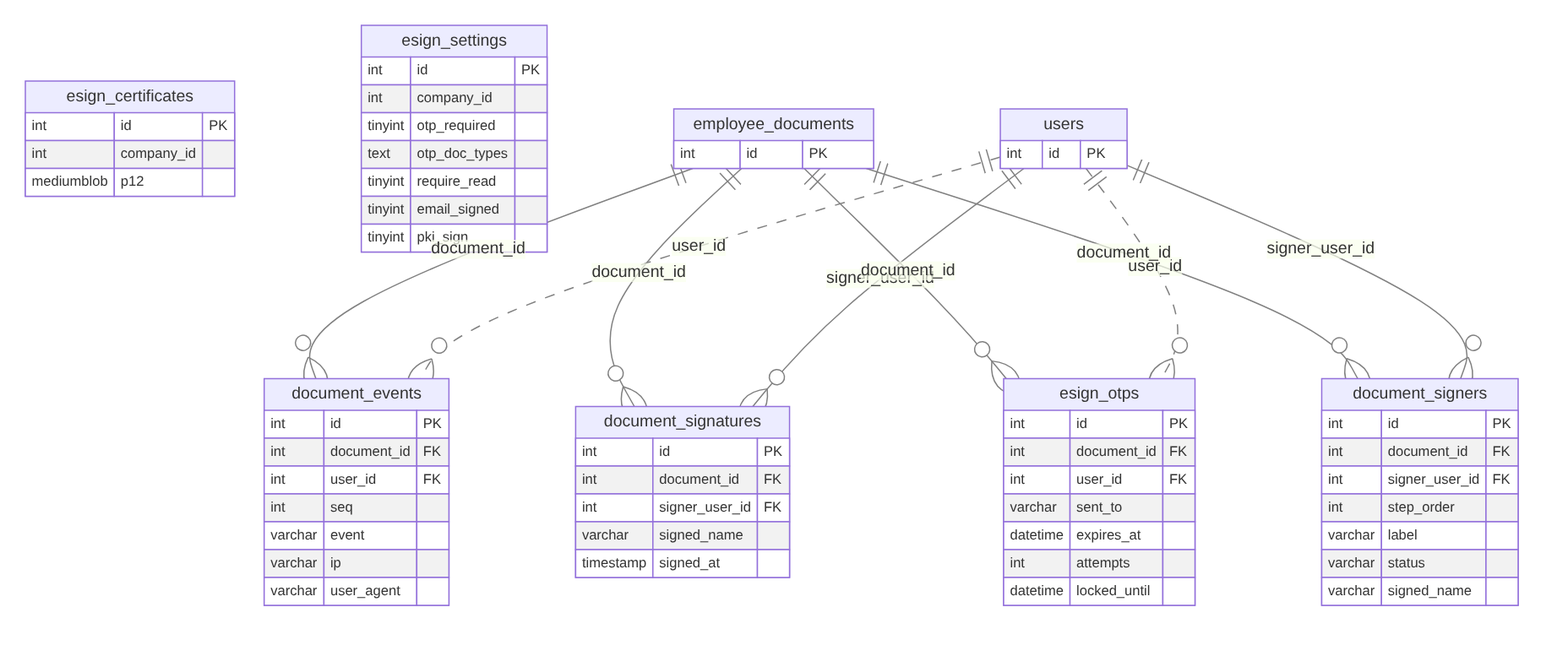
Above: docs/architecture/database/diagrams/j-documents-e-signature.png in ruhulamencredence/CredenceHR (Mermaid), before the change. Its source is kept beside it as docs/architecture/database/diagrams/j-documents-e-signature.mmd. Its diagram source:
```mermaid
erDiagram
  esign_certificates {
    int id PK
    int company_id
    mediumblob p12
  }
  document_events {
    int id PK
    int document_id FK
    int user_id FK
    int seq
    varchar event
    varchar ip
    varchar user_agent
  }
  document_signatures {
    int id PK
    int document_id FK
    int signer_user_id FK
    varchar signed_name
    timestamp signed_at
  }
  esign_otps {
    int id PK
    int document_id FK
    int user_id FK
    varchar sent_to
    datetime expires_at
    int attempts
    datetime locked_until
  }
  esign_settings {
    int id PK
    int company_id
    tinyint otp_required
    text otp_doc_types
    tinyint require_read
    tinyint email_signed
    tinyint pki_sign
  }
  document_signers {
    int id PK
    int document_id FK
    int signer_user_id FK
    int step_order
    varchar label
    varchar status
    varchar signed_name
  }
  employee_documents {
    int id PK
  }
  users {
    int id PK
  }
  employee_documents ||--o{ document_events : "document_id"
  users ||..o{ document_events : "user_id"
  employee_documents ||--o{ document_signatures : "document_id"
  users ||--o{ document_signatures : "signer_user_id"
  employee_documents ||--o{ esign_otps : "document_id"
  users ||..o{ esign_otps : "user_id"
  employee_documents ||--o{ document_signers : "document_id"
  users ||--o{ document_signers : "signer_user_id"
```
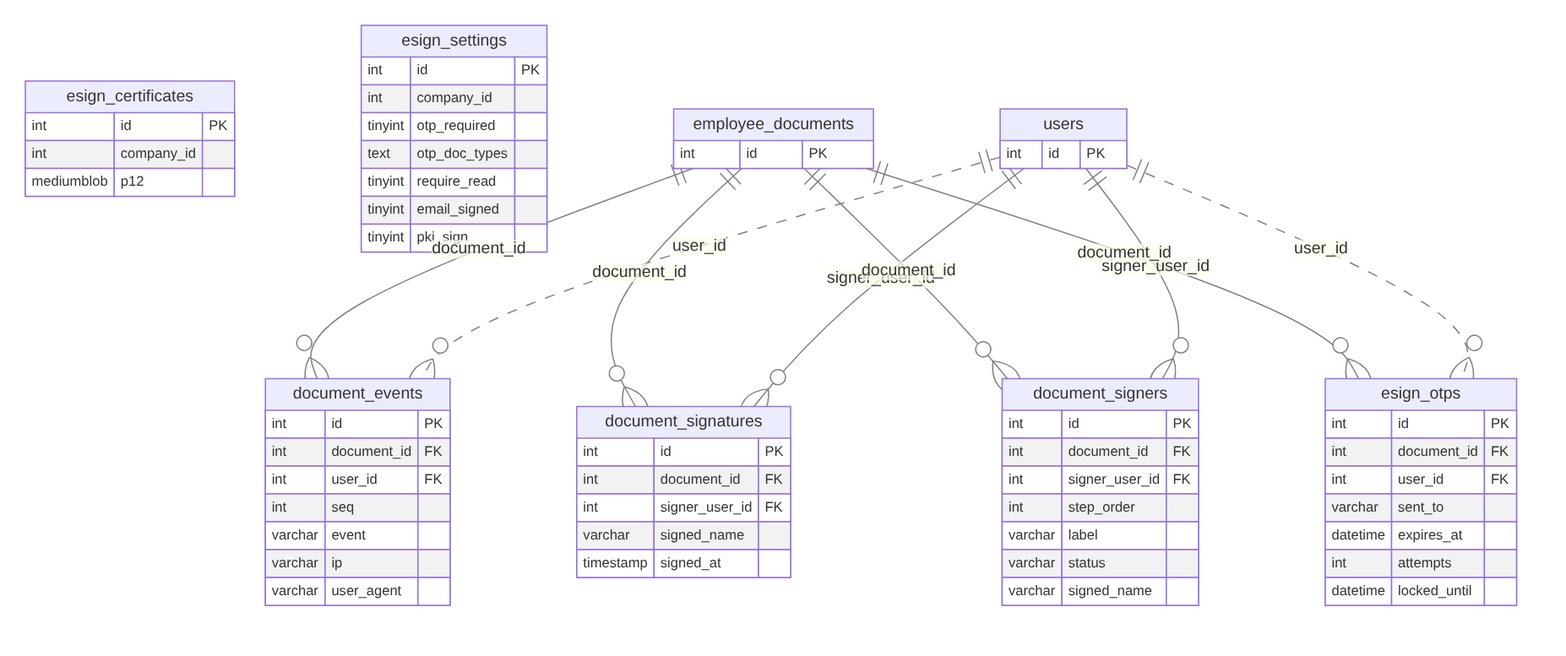
Above is the later version.

Change to the diagram source:
```diff
@@ -1,9 +1,4 @@
 erDiagram
-  esign_certificates {
-    int id PK
-    int company_id
-    mediumblob p12
-  }
   document_events {
     int id PK
     int document_id FK
@@ -19,6 +14,20 @@
     int signer_user_id FK
     varchar signed_name
     timestamp signed_at
+  }
+  document_signers {
+    int id PK
+    int document_id FK
+    int signer_user_id FK
+    int step_order
+    varchar label
+    varchar status
+    varchar signed_name
+  }
+  esign_certificates {
+    int id PK
+    int company_id
+    mediumblob p12
   }
   esign_otps {
     int id PK
@@ -38,15 +47,6 @@
     tinyint email_signed
     tinyint pki_sign
   }
-  document_signers {
-    int id PK
-    int document_id FK
-    int signer_user_id FK
-    int step_order
-    varchar label
-    varchar status
-    varchar signed_name
-  }
   employee_documents {
     int id PK
   }
@@ -57,7 +57,7 @@
   users ||..o{ document_events : "user_id"
   employee_documents ||--o{ document_signatures : "document_id"
   users ||--o{ document_signatures : "signer_user_id"
+  employee_documents ||--o{ document_signers : "document_id"
+  users ||--o{ document_signers : "signer_user_id"
   employee_documents ||--o{ esign_otps : "document_id"
   users ||..o{ esign_otps : "user_id"
-  employee_documents ||--o{ document_signers : "document_id"
-  users ||--o{ document_signers : "signer_user_id"
```
